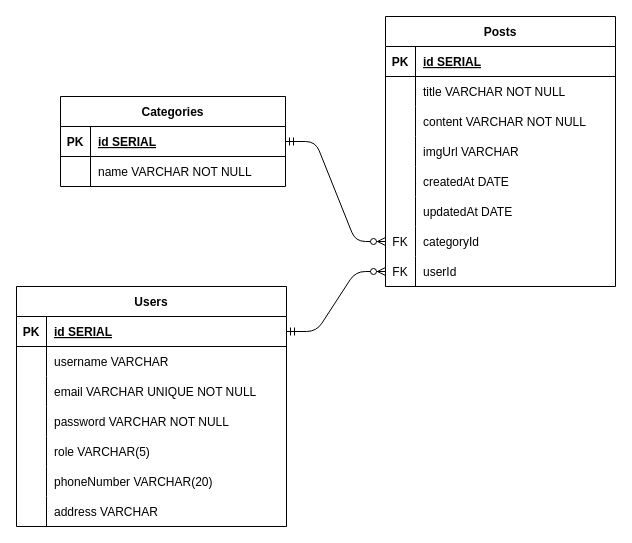
Earlier version of the draw.io diagram schema/blog_website_schema.drawio (fauzandwip/p2-server_Blog). Source tidied: cells renumbered, new cells numbered last; positions are measured from the earlier drawing's top-left corner, leaving out a move shared by most shapes. Both pictures are drawn from the tidied source at 100%, with x=0, y=0 at pixel (16, 16).
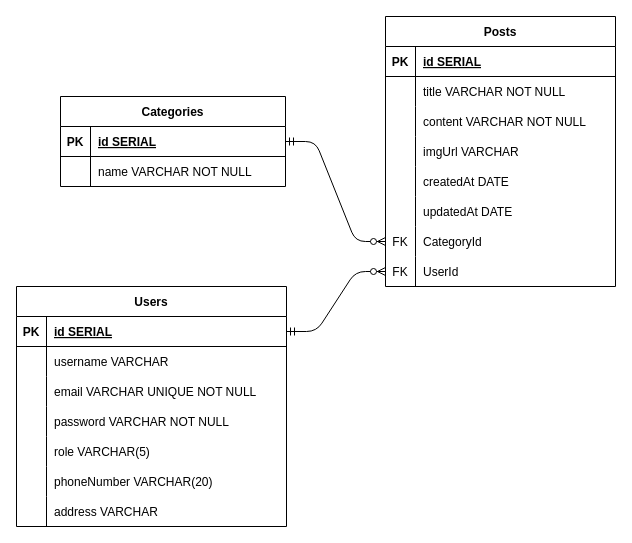
After the change.

The change refers to these unchanged cells:
```xml
<mxCell id="43" style="shape=tableRow;horizontal=0;startSize=0;swimlaneHead=0;swimlaneBody=0;fillColor=none;points=[[0,0.5],[1,0.5]];portConstraint=eastwest;top=0;left=0;right=0;bottom=0;" parent="24" vertex="1">
  <mxGeometry y="210" width="230" height="30" as="geometry" />
</mxCell>
<mxCell id="46" style="shape=tableRow;horizontal=0;startSize=0;swimlaneHead=0;swimlaneBody=0;fillColor=none;points=[[0,0.5],[1,0.5]];portConstraint=eastwest;top=0;left=0;right=0;bottom=0;" parent="24" vertex="1">
  <mxGeometry y="240" width="230" height="30" as="geometry" />
</mxCell>
```

The edit, as a diff of the source:
```diff
@@
-    <mxCell id="45" value="categoryId " style="shape=partialRectangle;fillColor=none;top=0;left=0;bottom=0;right=0;align=left;spacingLeft=6;overflow=hidden;" parent="43" vertex="1">
+    <mxCell id="45" value="CategoryId " style="shape=partialRectangle;fillColor=none;top=0;left=0;bottom=0;right=0;align=left;spacingLeft=6;overflow=hidden;" parent="43" vertex="1">
       <mxGeometry x="30" width="200" height="30" as="geometry" />
     </mxCell>
@@
-    <mxCell id="48" value="userId" style="shape=partialRectangle;fillColor=none;top=0;left=0;bottom=0;right=0;align=left;spacingLeft=6;overflow=hidden;" parent="46" vertex="1">
+    <mxCell id="48" value="UserId" style="shape=partialRectangle;fillColor=none;top=0;left=0;bottom=0;right=0;align=left;spacingLeft=6;overflow=hidden;" parent="46" vertex="1">
       <mxGeometry x="30" width="200" height="30" as="geometry" />
     </mxCell>
```
